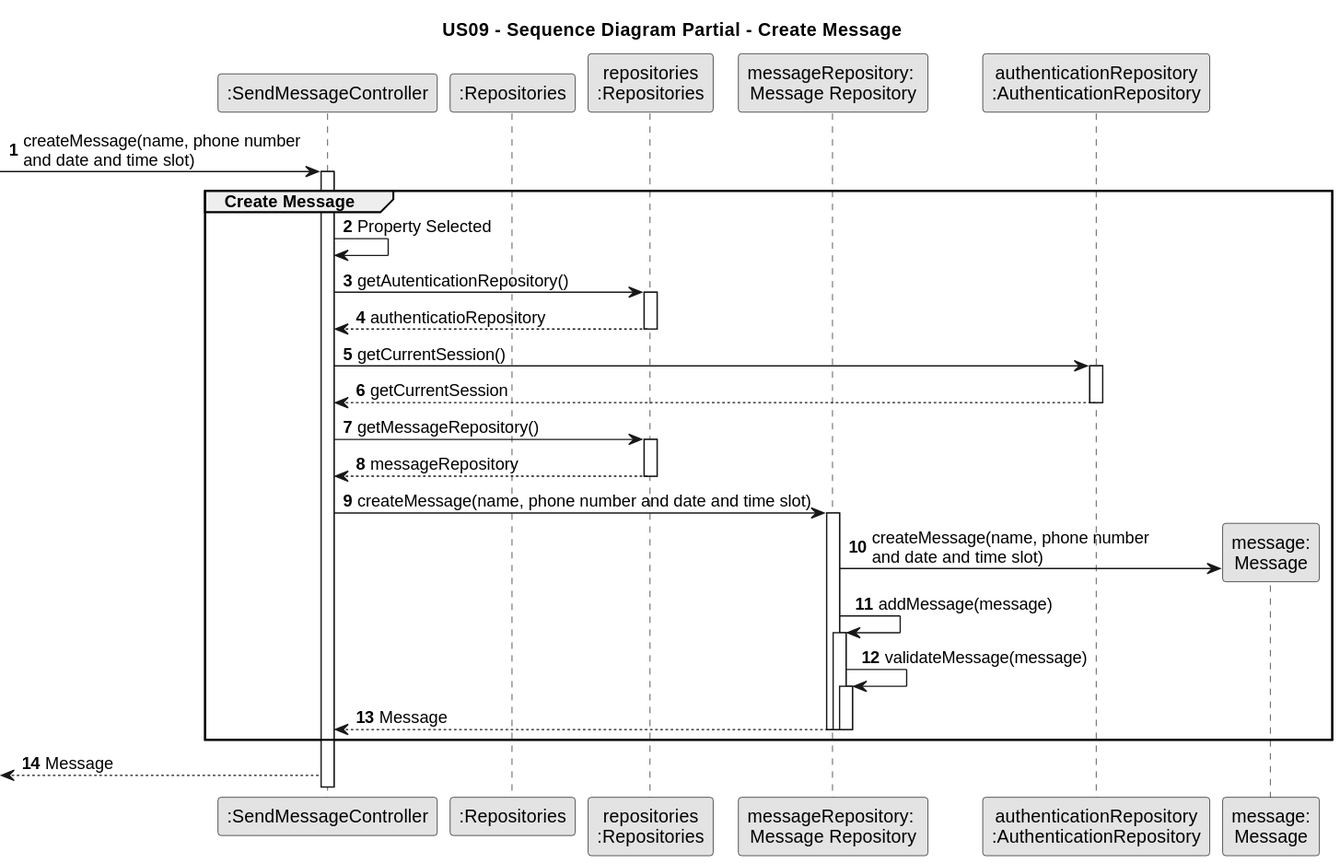
Above: docs/sprintC/US09/03.design/svg/us09-sequence-diagram-partial-create-message.svg in PureNimble/ISEP-LAPR2 (PlantUML), before the change.
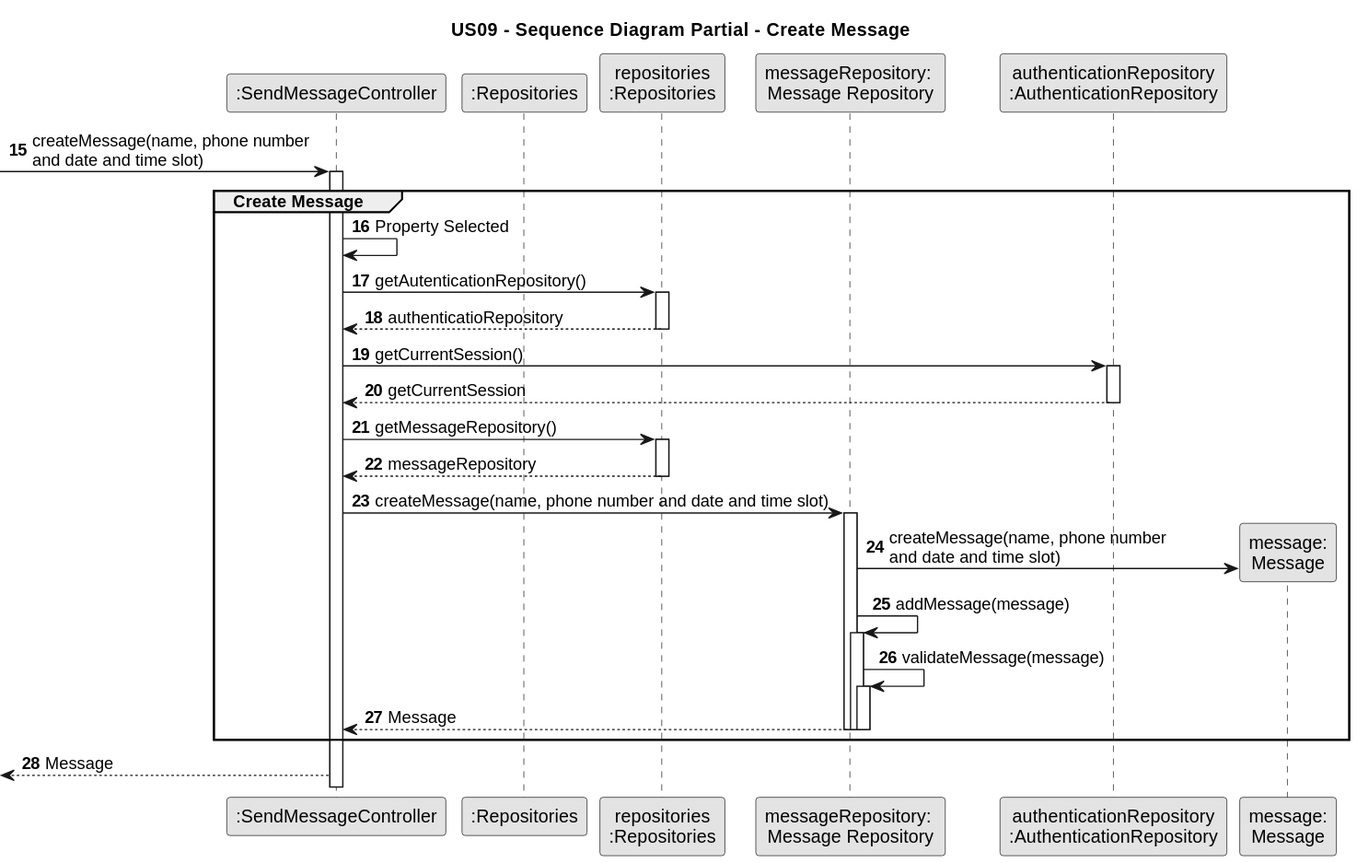
After the commit.

Commit message:
US09 - class diagram + svg update sequence diagram full + svg update sequence diagram split + svg update sequence diagram partials + svg update

What changed in the source:
```diff
@@ -16,49 +16,48 @@
 participant "authenticationRepository\n:AuthenticationRepository" as AuthenticationRepository
 participant "message:\nMessage" as message
 
-autonumber
+autonumber 15
 
 -> CTRL: createMessage(name, phone number \nand date and time slot)
         activate CTRL
 
         group Create Message
 
-    CTRL ->CTRL: Property Selected
+  CTRL ->CTRL: Property Selected
 
-            CTRL -> Repository2 : getAutenticationRepository()
-            activate Repository2
+      CTRL -> Repository2 : getAutenticationRepository()
+      activate Repository2
 
-            Repository2 --> CTRL : authenticatioRepository
-            deactivate Repository2
+      Repository2 --> CTRL : authenticatioRepository
+      deactivate Repository2
 
-            CTRL -> AuthenticationRepository : getCurrentSession()
-            activate AuthenticationRepository
+      CTRL -> AuthenticationRepository : getCurrentSession()
+      activate AuthenticationRepository
 
-            AuthenticationRepository --> CTRL : getCurrentSession
-            deactivate AuthenticationRepository
+      AuthenticationRepository --> CTRL : getCurrentSession
+      deactivate AuthenticationRepository
 
-                CTRL -> Repository2 : getMessageRepository()
-                    activate Repository2
+          CTRL -> Repository2 : getMessageRepository()
+              activate Repository2
 
-                Repository2 --> CTRL : messageRepository
-                    deactivate Repository2
+          Repository2 --> CTRL : messageRepository
+              deactivate Repository2
 
-                    CTRL -> messageRepository : createMessage(name, phone number and date and time slot)
-                        activate messageRepository
+              CTRL -> messageRepository : createMessage(name, phone number and date and time slot)
+                  activate messageRepository
 
-                        messageRepository -> message** : createMessage(name, phone number \nand date and time slot)
+                  messageRepository -> message** : createMessage(name, phone number \nand date and time slot)
 
-                        messageRepository -> messageRepository : addMessage(message)
-                        activate messageRepository
+                  messageRepository -> messageRepository : addMessage(message)
+                  activate messageRepository
 
-                        messageRepository -> messageRepository : validateMessage(message)
-                        activate messageRepository
+                  messageRepository -> messageRepository : validateMessage(message)
+                  activate messageRepository
 
-                        messageRepository --> CTRL : Message
-                        deactivate messageRepository
-                        deactivate messageRepository
-                        deactivate messageRepository
-
+                  messageRepository --> CTRL : Message
+                  deactivate messageRepository
+                  deactivate messageRepository
+                  deactivate messageRepository
 
                 end
 
```
